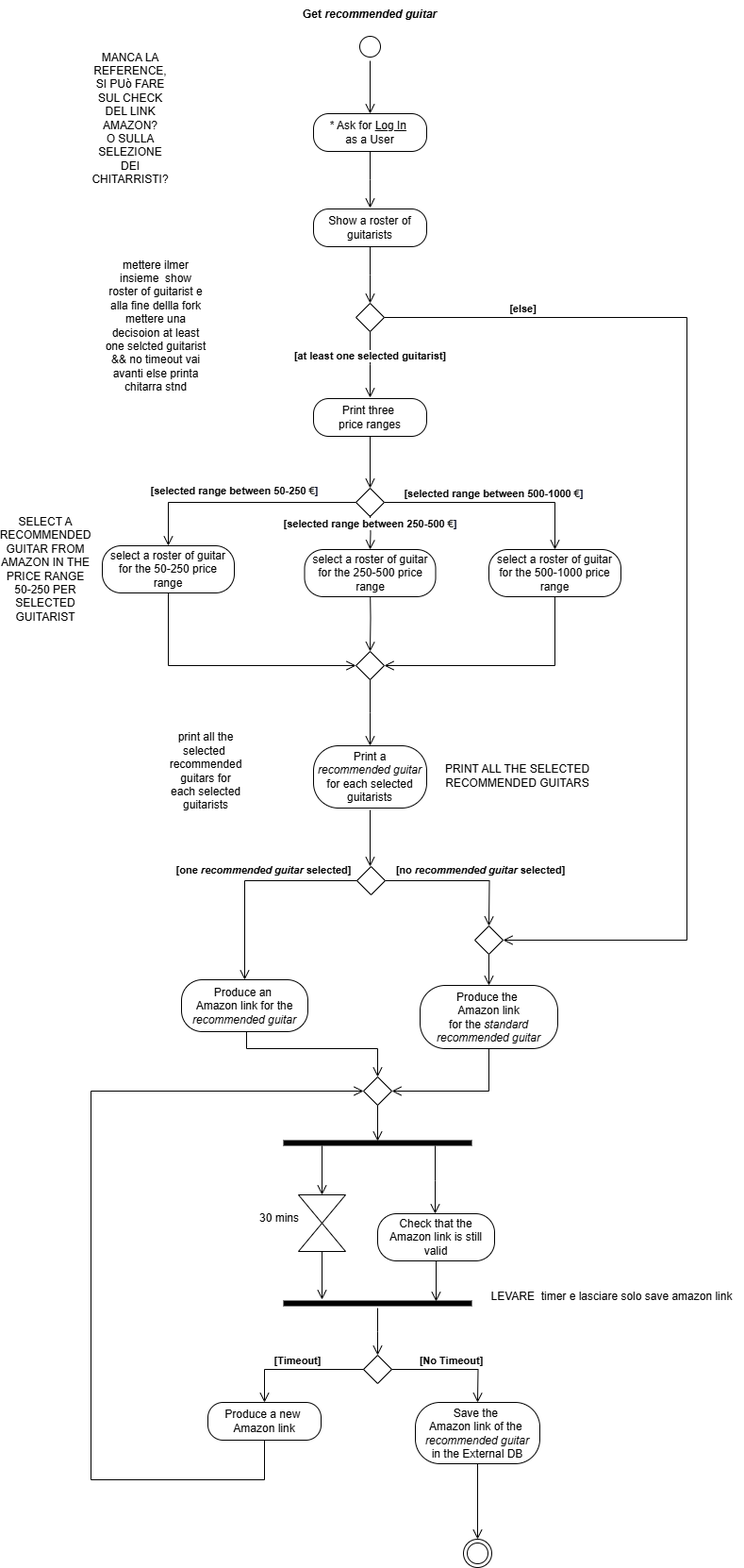
This is ActivityDiagramM.drawio.png from TizianoLilli/ISPW-Project, a draw.io export, as it was before one commit. Source tidied: cells renumbered, new cells last; positions are measured from the earlier drawing's top-left corner, leaving out a move shared by most shapes.
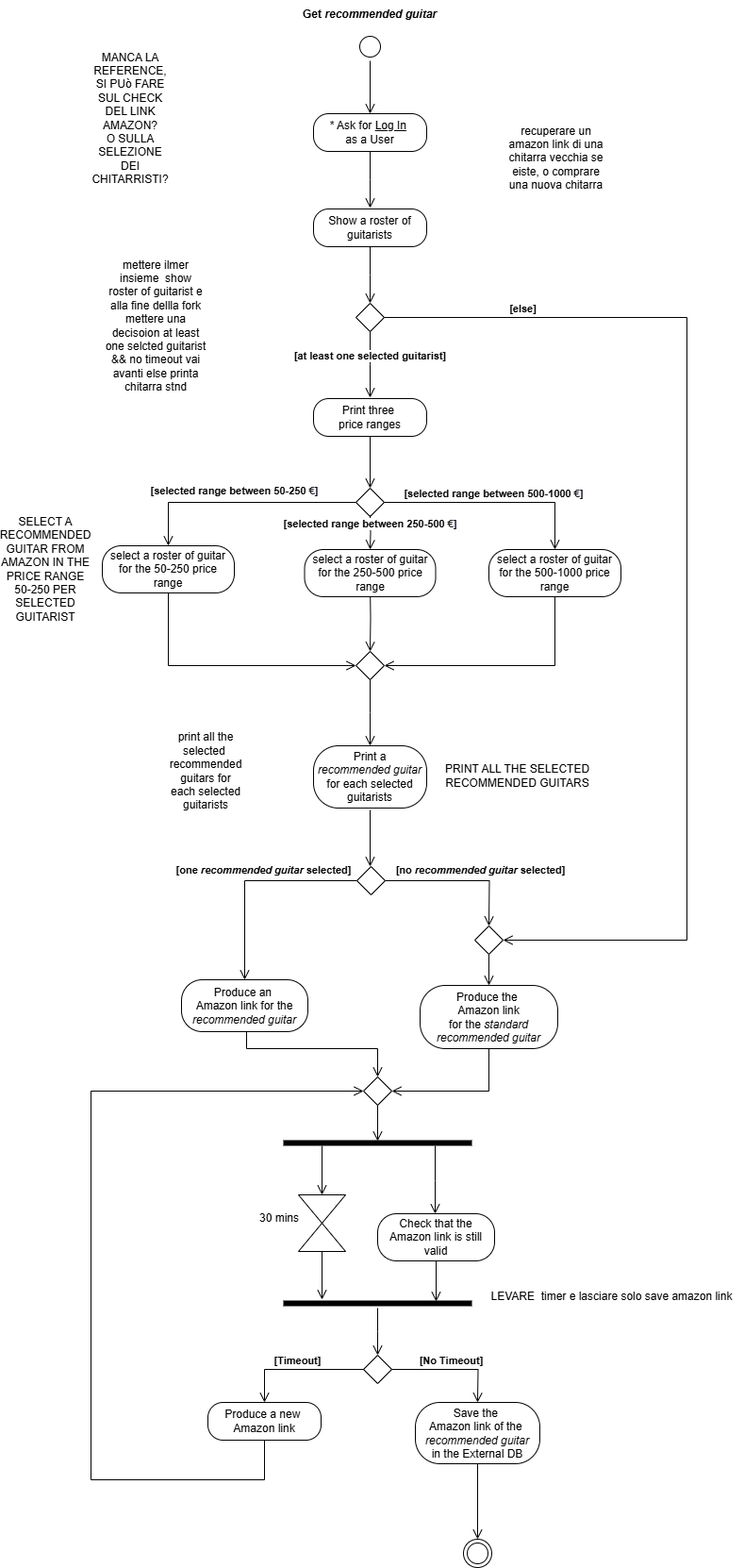
Above is the later version.

What changed in the source:
```diff
@@ -249,5 +249,8 @@
     <mxCell id="63" value="mettere ilmer insieme&amp;nbsp; show roster of guitarist e alla fine dellla fork mettere una decisoion at least one selcted guitarist &amp;amp;&amp;amp; no timeout vai avanti else printa chitarra stnd" style="text;html=1;align=center;verticalAlign=middle;whiteSpace=wrap;rounded=0;" parent="1" vertex="1">
       <mxGeometry x="92" y="330" width="110" height="30" as="geometry" />
     </mxCell>
+    <mxCell id="64" value="recuperare un amazon link di una chitarra vecchia se eiste, o comprare una nuova chitarra" style="text;html=1;align=center;verticalAlign=middle;whiteSpace=wrap;rounded=0;" parent="1" vertex="1">
+      <mxGeometry x="513" y="152" width="117" height="30" as="geometry" />
+    </mxCell>
   </root>
 </mxGraphModel>
```
